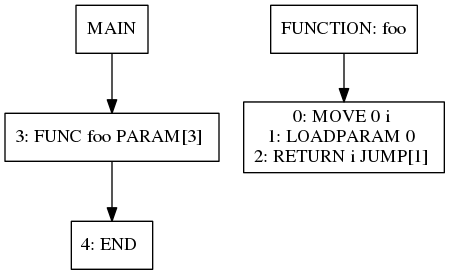
Before: viz/test006.dot.png, a diagram exported from Graphviz (jiahanwang/PL241-Compiler). Its source is kept beside it as viz/test006.dot.
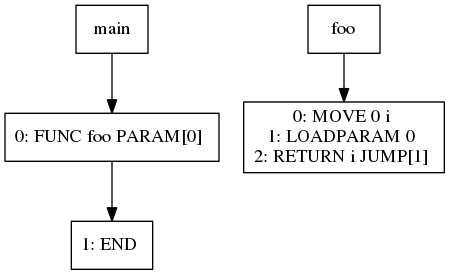
After the change.

Diff of the diagram source:
```diff
@@ -1,15 +1,15 @@
 digraph test006 {
 node [shape=box]
-1[label="MAIN"]
-1 -> 7
-7[label="3: FUNC foo PARAM[3]
+104[label="main"]
+104 -> 110
+110[label="0: FUNC foo PARAM[0]
 "]
-7 -> 8
-8[label="4: END
+110 -> 111
+111[label="1: END
 "]
-3[label="FUNCTION: foo"]
-3 -> 5
-5[label="0: MOVE 0 i
+106[label="foo"]
+106 -> 108
+108[label="0: MOVE 0 i
 1: LOADPARAM 0
 2: RETURN i JUMP[1]
 "]
```
